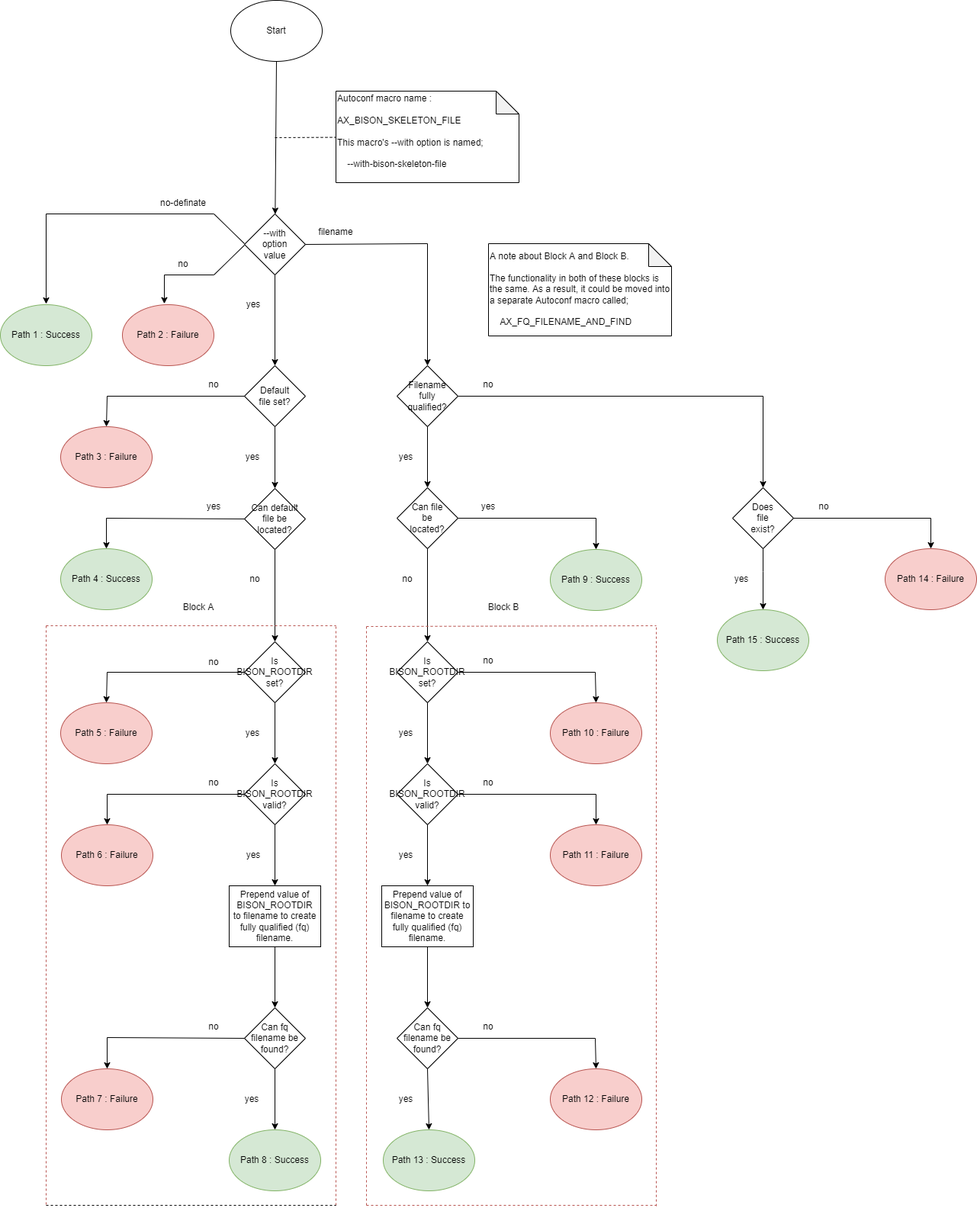
Above: images/flowchart.png in c-sanders/AutoconfMacro-BisonSkeleton (draw.io), before the change. Source tidied: cells renumbered, new cells last; positions are measured from the earlier drawing's top-left corner, leaving out a move shared by most shapes.
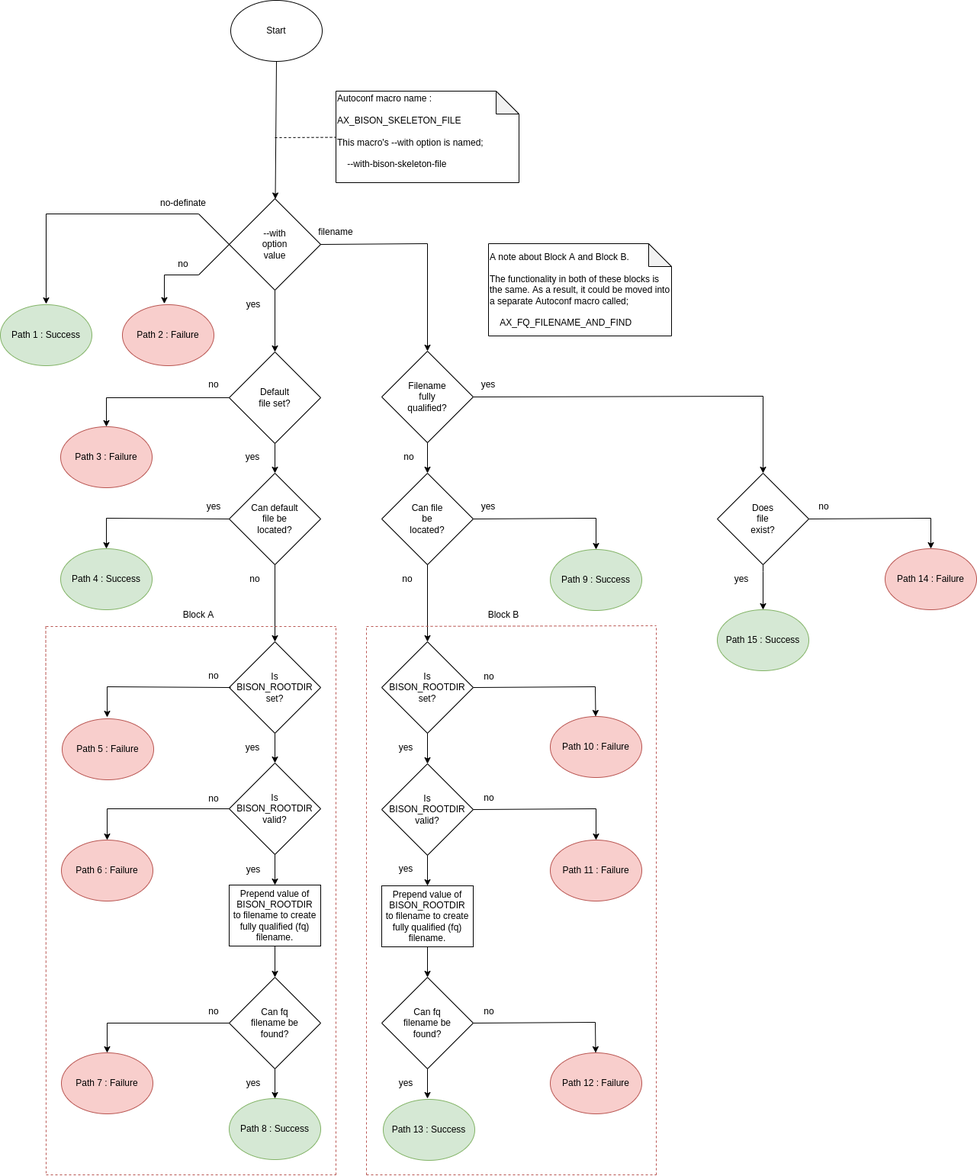
The same file after the commit.

Diff of the diagram source:
```diff
@@ -5,21 +5,21 @@
     <mxCell id="2" value="--with&lt;br&gt;option&lt;br&gt;value" style="rhombus;whiteSpace=wrap;html=1;" parent="1" vertex="1">
-      <mxGeometry x="320" y="280" width="80" height="80" as="geometry" />
+      <mxGeometry x="300" y="260" width="120" height="120" as="geometry" />
     </mxCell>
     <mxCell id="3" value="Default&lt;br&gt;file set?" style="rhombus;whiteSpace=wrap;html=1;" parent="1" vertex="1">
-      <mxGeometry x="320" y="479" width="80" height="80" as="geometry" />
+      <mxGeometry x="300" y="461" width="120" height="120" as="geometry" />
     </mxCell>
     <mxCell id="4" value="Can default&lt;br&gt;file be&lt;br&gt;located?" style="rhombus;whiteSpace=wrap;html=1;" parent="1" vertex="1">
-      <mxGeometry x="320" y="640" width="80" height="80" as="geometry" />
+      <mxGeometry x="300" y="620" width="120" height="120" as="geometry" />
     </mxCell>
     <mxCell id="5" value="Is&lt;br&gt;BISON_ROOTDIR&lt;br&gt;set?" style="rhombus;whiteSpace=wrap;html=1;" parent="1" vertex="1">
-      <mxGeometry x="320" y="841" width="80" height="80" as="geometry" />
+      <mxGeometry x="300" y="841" width="120" height="120" as="geometry" />
     </mxCell>
     <mxCell id="6" value="Is&lt;br&gt;BISON_ROOTDIR&lt;br&gt;valid?" style="rhombus;whiteSpace=wrap;html=1;" parent="1" vertex="1">
-      <mxGeometry x="320" y="1001" width="80" height="80" as="geometry" />
+      <mxGeometry x="300" y="1000" width="120" height="120" as="geometry" />
     </mxCell>
     <mxCell id="7" value="Can fq&lt;br&gt;filename be&lt;br&gt;found?" style="rhombus;whiteSpace=wrap;html=1;" parent="1" vertex="1">
-      <mxGeometry x="320" y="1321" width="80" height="80" as="geometry" />
+      <mxGeometry x="300" y="1281" width="120" height="120" as="geometry" />
     </mxCell>
     <mxCell id="8" value="Path 8 : Success" style="ellipse;whiteSpace=wrap;html=1;fillColor=#d5e8d4;strokeColor=#82b366;" parent="1" vertex="1">
-      <mxGeometry x="300" y="1481" width="120" height="80" as="geometry" />
+      <mxGeometry x="300" y="1440" width="120" height="80" as="geometry" />
     </mxCell>
@@ -28,8 +28,7 @@
     </mxCell>
-    <mxCell id="10" style="endArrow=classic;html=1;rounded=0;entryX=0.5;entryY=0;entryDx=0;entryDy=0;exitX=0;exitY=0.5;exitDx=0;exitDy=0;" parent="1" edge="1">
+    <mxCell id="10" style="endArrow=classic;html=1;rounded=0;entryX=0.5;entryY=0;entryDx=0;entryDy=0;exitX=0;exitY=0.5;exitDx=0;exitDy=0;" parent="1" edge="1" source="2">
       <mxGeometry relative="1" as="geometry">
-        <mxPoint x="320" y="319" as="sourcePoint" />
         <mxPoint x="60" y="398" as="targetPoint" />
         <Array as="points">
-          <mxPoint x="280" y="280" />
+          <mxPoint x="260" y="280" />
           <mxPoint x="60" y="280" />
@@ -53,9 +52,2 @@
     </mxCell>
-    <mxCell id="16" style="endArrow=classic;html=1;rounded=0;entryX=0.5;entryY=0;entryDx=0;entryDy=0;exitX=0;exitY=0.5;exitDx=0;exitDy=0;" parent="1" edge="1" source="3" target="15">
-      <mxGeometry relative="1" as="geometry">
-        <Array as="points">
-          <mxPoint x="140" y="519" />
-        </Array>
-      </mxGeometry>
-    </mxCell>
     <mxCell id="17" value="yes" style="text;html=1;strokeColor=none;fillColor=none;align=center;verticalAlign=middle;whiteSpace=wrap;rounded=0;" parent="1" vertex="1">
@@ -80,9 +72,10 @@
     <mxCell id="22" value="Path 5 : Failure" style="ellipse;whiteSpace=wrap;html=1;fillColor=#f8cecc;strokeColor=#b85450;" parent="1" vertex="1">
-      <mxGeometry x="79" y="921" width="120" height="80" as="geometry" />
+      <mxGeometry x="81" y="942" width="120" height="80" as="geometry" />
     </mxCell>
-    <mxCell id="23" style="endArrow=classic;html=1;rounded=0;exitX=0;exitY=0.5;exitDx=0;exitDy=0;entryX=0.5;entryY=0;entryDx=0;entryDy=0;" parent="1" edge="1" target="22">
+    <mxCell id="23" style="endArrow=classic;html=1;rounded=0;exitX=0.867;exitY=0.967;exitDx=0;exitDy=0;exitPerimeter=0;" parent="1" edge="1">
       <mxGeometry relative="1" as="geometry">
-        <mxPoint x="320" y="881" as="sourcePoint" />
+        <mxPoint x="302" y="901" as="sourcePoint" />
+        <mxPoint x="140" y="940" as="targetPoint" />
         <Array as="points">
-          <mxPoint x="140" y="881" />
+          <mxPoint x="140" y="900" />
         </Array>
@@ -91,6 +84,6 @@
     <mxCell id="24" value="no" style="text;html=1;strokeColor=none;fillColor=none;align=center;verticalAlign=middle;whiteSpace=wrap;rounded=0;" parent="1" vertex="1">
-      <mxGeometry x="250" y="853" width="60" height="30" as="geometry" />
+      <mxGeometry x="250" y="871" width="60" height="30" as="geometry" />
     </mxCell>
     <mxCell id="25" value="Path 6&amp;nbsp;: Failure" style="ellipse;whiteSpace=wrap;html=1;fillColor=#f8cecc;strokeColor=#b85450;" parent="1" vertex="1">
-      <mxGeometry x="80" y="1081" width="120" height="80" as="geometry" />
+      <mxGeometry x="80" y="1101" width="120" height="80" as="geometry" />
     </mxCell>
@@ -99,3 +92,3 @@
         <Array as="points">
-          <mxPoint x="140" y="1041" />
+          <mxPoint x="140" y="1060" />
         </Array>
@@ -104,6 +97,6 @@
     <mxCell id="27" value="no" style="text;html=1;strokeColor=none;fillColor=none;align=center;verticalAlign=middle;whiteSpace=wrap;rounded=0;" parent="1" vertex="1">
-      <mxGeometry x="250" y="1011" width="60" height="30" as="geometry" />
+      <mxGeometry x="250" y="1032" width="60" height="30" as="geometry" />
     </mxCell>
     <mxCell id="28" value="Path 7 : Failure" style="ellipse;whiteSpace=wrap;html=1;fillColor=#f8cecc;strokeColor=#b85450;" parent="1" vertex="1">
-      <mxGeometry x="80" y="1401" width="120" height="80" as="geometry" />
+      <mxGeometry x="80" y="1380" width="120" height="80" as="geometry" />
     </mxCell>
@@ -112,3 +105,3 @@
         <Array as="points">
-          <mxPoint x="140" y="1360" />
+          <mxPoint x="140" y="1341" />
         </Array>
@@ -116,7 +109,2 @@
     </mxCell>
-    <mxCell id="30" style="endArrow=classic;html=1;rounded=0;exitX=0.5;exitY=1;exitDx=0;exitDy=0;" parent="1" edge="1" target="6">
-      <mxGeometry relative="1" as="geometry">
-        <mxPoint x="360" y="921" as="sourcePoint" />
-      </mxGeometry>
-    </mxCell>
     <mxCell id="31" style="endArrow=classic;html=1;rounded=0;exitX=0.5;exitY=1;exitDx=0;exitDy=0;entryX=0.5;entryY=0;entryDx=0;entryDy=0;" parent="1" edge="1" source="6" target="78">
@@ -134,3 +122,3 @@
     <mxCell id="35" value="Filename&lt;br&gt;fully&lt;br&gt;qualified?" style="rhombus;whiteSpace=wrap;html=1;" parent="1" vertex="1">
-      <mxGeometry x="520" y="479" width="80" height="80" as="geometry" />
+      <mxGeometry x="500" y="460" width="120" height="120" as="geometry" />
     </mxCell>
@@ -144,3 +132,3 @@
     <mxCell id="37" value="Does&lt;br&gt;file&lt;br&gt;exist?" style="rhombus;whiteSpace=wrap;html=1;" parent="1" vertex="1">
-      <mxGeometry x="960" y="639" width="80" height="80" as="geometry" />
+      <mxGeometry x="940" y="620" width="120" height="120" as="geometry" />
     </mxCell>
@@ -173,7 +161,7 @@
     </mxCell>
-    <mxCell id="43" value="yes" style="text;html=1;strokeColor=none;fillColor=none;align=center;verticalAlign=middle;whiteSpace=wrap;rounded=0;" parent="1" vertex="1">
-      <mxGeometry x="502" y="584" width="60" height="30" as="geometry" />
+    <mxCell id="43" value="no" style="text;html=1;strokeColor=none;fillColor=none;align=center;verticalAlign=middle;whiteSpace=wrap;rounded=0;" parent="1" vertex="1">
+      <mxGeometry x="506" y="584" width="60" height="30" as="geometry" />
     </mxCell>
     <mxCell id="44" value="Can file&lt;br&gt;be&lt;br&gt;located?" style="rhombus;whiteSpace=wrap;html=1;" parent="1" vertex="1">
-      <mxGeometry x="520" y="639" width="80" height="80" as="geometry" />
+      <mxGeometry x="500" y="620" width="120" height="120" as="geometry" />
     </mxCell>
@@ -196,3 +184,3 @@
     <mxCell id="49" value="Is&lt;br&gt;BISON_ROOTDIR&lt;br&gt;set?" style="rhombus;whiteSpace=wrap;html=1;" parent="1" vertex="1">
-      <mxGeometry x="520" y="841" width="80" height="80" as="geometry" />
+      <mxGeometry x="500" y="841" width="120" height="120" as="geometry" />
     </mxCell>
@@ -205,9 +193,8 @@
     <mxCell id="52" value="Path 10 : Failure" style="ellipse;whiteSpace=wrap;html=1;fillColor=#f8cecc;strokeColor=#b85450;" parent="1" vertex="1">
-      <mxGeometry x="721" y="921" width="120" height="80" as="geometry" />
+      <mxGeometry x="721" y="939" width="120" height="80" as="geometry" />
     </mxCell>
-    <mxCell id="53" style="endArrow=classic;html=1;rounded=0;exitX=1;exitY=0.5;exitDx=0;exitDy=0;" parent="1" edge="1" target="52">
+    <mxCell id="53" style="endArrow=classic;html=1;rounded=0;exitX=1;exitY=0.5;exitDx=0;exitDy=0;" parent="1" edge="1" source="49" target="52">
       <mxGeometry relative="1" as="geometry">
-        <mxPoint x="600" y="881" as="sourcePoint" />
         <Array as="points">
-          <mxPoint x="780" y="881" />
+          <mxPoint x="780" y="900" />
         </Array>
@@ -216,21 +203,16 @@
     <mxCell id="54" value="Is&lt;br&gt;BISON_ROOTDIR&lt;br&gt;valid?" style="rhombus;whiteSpace=wrap;html=1;" parent="1" vertex="1">
-      <mxGeometry x="520" y="1001" width="80" height="80" as="geometry" />
+      <mxGeometry x="500" y="1001" width="120" height="120" as="geometry" />
     </mxCell>
     <mxCell id="55" value="Can fq&lt;br&gt;filename be&lt;br&gt;found?" style="rhombus;whiteSpace=wrap;html=1;" parent="1" vertex="1">
-      <mxGeometry x="520" y="1321" width="80" height="80" as="geometry" />
+      <mxGeometry x="500" y="1281" width="120" height="120" as="geometry" />
     </mxCell>
     <mxCell id="56" value="Path 13 : Success" style="ellipse;whiteSpace=wrap;html=1;fillColor=#d5e8d4;strokeColor=#82b366;" parent="1" vertex="1">
-      <mxGeometry x="502" y="1481" width="120" height="80" as="geometry" />
+      <mxGeometry x="502" y="1441" width="120" height="80" as="geometry" />
     </mxCell>
     <mxCell id="57" value="Path 12 : Failure" style="ellipse;whiteSpace=wrap;html=1;fillColor=#f8cecc;strokeColor=#b85450;" parent="1" vertex="1">
-      <mxGeometry x="721" y="1401" width="120" height="80" as="geometry" />
+      <mxGeometry x="721" y="1380" width="120" height="80" as="geometry" />
     </mxCell>
     <mxCell id="58" value="Path 11 : Failure" style="ellipse;whiteSpace=wrap;html=1;fillColor=#f8cecc;strokeColor=#b85450;" parent="1" vertex="1">
-      <mxGeometry x="721" y="1081" width="120" height="80" as="geometry" />
+      <mxGeometry x="721" y="1101" width="120" height="80" as="geometry" />
     </mxCell>
-    <mxCell id="59" style="endArrow=classic;html=1;rounded=0;exitX=0.5;exitY=1;exitDx=0;exitDy=0;" parent="1" edge="1" target="54">
-      <mxGeometry relative="1" as="geometry">
-        <mxPoint x="560" y="921" as="sourcePoint" />
-      </mxGeometry>
-    </mxCell>
     <mxCell id="60" style="endArrow=classic;html=1;rounded=0;exitX=0.5;exitY=1;exitDx=0;exitDy=0;" parent="1" edge="1" source="54" target="80">
@@ -238,4 +220,6 @@
     </mxCell>
-    <mxCell id="61" style="endArrow=classic;html=1;rounded=0;exitX=0.5;exitY=1;exitDx=0;exitDy=0;entryX=0.5;entryY=0;entryDx=0;entryDy=0;" parent="1" edge="1" source="55" target="56">
-      <mxGeometry relative="1" as="geometry" />
+    <mxCell id="61" style="endArrow=classic;html=1;rounded=0;exitX=0.5;exitY=1;exitDx=0;exitDy=0;" parent="1" edge="1" source="55">
+      <mxGeometry relative="1" as="geometry">
+        <mxPoint x="560" y="1440" as="targetPoint" />
+      </mxGeometry>
     </mxCell>
@@ -244,3 +228,3 @@
         <Array as="points">
-          <mxPoint x="780" y="1361" />
+          <mxPoint x="780" y="1340" />
         </Array>
@@ -251,3 +235,3 @@
         <Array as="points">
-          <mxPoint x="781" y="1041" />
+          <mxPoint x="781" y="1060" />
         </Array>
@@ -258,3 +242,3 @@
     </mxCell>
-    <mxCell id="65" value="no" style="text;html=1;strokeColor=none;fillColor=none;align=center;verticalAlign=middle;whiteSpace=wrap;rounded=0;" parent="1" vertex="1">
+    <mxCell id="65" value="yes" style="text;html=1;strokeColor=none;fillColor=none;align=center;verticalAlign=middle;whiteSpace=wrap;rounded=0;" parent="1" vertex="1">
       <mxGeometry x="610" y="489" width="60" height="30" as="geometry" />
@@ -262,27 +246,27 @@
     <mxCell id="66" value="no" style="text;html=1;strokeColor=none;fillColor=none;align=center;verticalAlign=middle;whiteSpace=wrap;rounded=0;" parent="1" vertex="1">
-      <mxGeometry x="610" y="851" width="60" height="30" as="geometry" />
+      <mxGeometry x="611" y="872" width="60" height="30" as="geometry" />
     </mxCell>
     <mxCell id="67" value="no" style="text;html=1;strokeColor=none;fillColor=none;align=center;verticalAlign=middle;whiteSpace=wrap;rounded=0;" parent="1" vertex="1">
-      <mxGeometry x="610" y="1011" width="60" height="30" as="geometry" />
+      <mxGeometry x="611" y="1031" width="60" height="30" as="geometry" />
     </mxCell>
     <mxCell id="68" value="yes" style="text;html=1;strokeColor=none;fillColor=none;align=center;verticalAlign=middle;whiteSpace=wrap;rounded=0;" parent="1" vertex="1">
-      <mxGeometry x="502" y="946" width="60" height="30" as="geometry" />
+      <mxGeometry x="502" y="965" width="60" height="30" as="geometry" />
     </mxCell>
     <mxCell id="69" value="yes" style="text;html=1;strokeColor=none;fillColor=none;align=center;verticalAlign=middle;whiteSpace=wrap;rounded=0;" parent="1" vertex="1">
-      <mxGeometry x="301" y="946" width="60" height="30" as="geometry" />
+      <mxGeometry x="301" y="965" width="60" height="30" as="geometry" />
     </mxCell>
     <mxCell id="70" value="yes" style="text;html=1;strokeColor=none;fillColor=none;align=center;verticalAlign=middle;whiteSpace=wrap;rounded=0;" parent="1" vertex="1">
-      <mxGeometry x="502" y="1106" width="60" height="30" as="geometry" />
+      <mxGeometry x="502" y="1124" width="60" height="30" as="geometry" />
     </mxCell>
     <mxCell id="71" value="yes" style="text;html=1;strokeColor=none;fillColor=none;align=center;verticalAlign=middle;whiteSpace=wrap;rounded=0;" parent="1" vertex="1">
-      <mxGeometry x="502" y="1426" width="60" height="30" as="geometry" />
+      <mxGeometry x="502" y="1405" width="60" height="30" as="geometry" />
     </mxCell>
     <mxCell id="72" value="yes" style="text;html=1;strokeColor=none;fillColor=none;align=center;verticalAlign=middle;whiteSpace=wrap;rounded=0;" parent="1" vertex="1">
-      <mxGeometry x="302" y="1106" width="60" height="30" as="geometry" />
+      <mxGeometry x="302" y="1125" width="60" height="30" as="geometry" />
     </mxCell>
     <mxCell id="73" value="yes" style="text;html=1;strokeColor=none;fillColor=none;align=center;verticalAlign=middle;whiteSpace=wrap;rounded=0;" parent="1" vertex="1">
-      <mxGeometry x="300" y="1426" width="60" height="30" as="geometry" />
+      <mxGeometry x="302" y="1405" width="60" height="30" as="geometry" />
     </mxCell>
     <mxCell id="74" value="no" style="text;html=1;strokeColor=none;fillColor=none;align=center;verticalAlign=middle;whiteSpace=wrap;rounded=0;" parent="1" vertex="1">
-      <mxGeometry x="250" y="1331" width="60" height="30" as="geometry" />
+      <mxGeometry x="250" y="1311" width="60" height="30" as="geometry" />
     </mxCell>
@@ -295,6 +279,6 @@
     <mxCell id="77" value="no" style="text;html=1;strokeColor=none;fillColor=none;align=center;verticalAlign=middle;whiteSpace=wrap;rounded=0;" parent="1" vertex="1">
-      <mxGeometry x="610" y="1331" width="60" height="30" as="geometry" />
+      <mxGeometry x="611" y="1311" width="60" height="30" as="geometry" />
     </mxCell>
     <mxCell id="78" value="Prepend value of BISON_ROOTDIR&lt;br&gt;to filename to create fully qualified (fq) filename." style="rounded=0;whiteSpace=wrap;html=1;" parent="1" vertex="1">
-      <mxGeometry x="300" y="1161" width="120" height="80" as="geometry" />
+      <mxGeometry x="300" y="1160" width="120" height="80" as="geometry" />
     </mxCell>
@@ -303,3 +287,3 @@
     </mxCell>
-    <mxCell id="80" value="Prepend value of BISON_ROOTDIR to filename to create fully qualified (fq) filename." style="rounded=0;whiteSpace=wrap;html=1;" parent="1" vertex="1">
+    <mxCell id="80" value="Prepend value of BISON_ROOTDIR&lt;br&gt;to filename to create fully qualified (fq) filename." style="rounded=0;whiteSpace=wrap;html=1;" parent="1" vertex="1">
       <mxGeometry x="500" y="1161" width="120" height="80" as="geometry" />
@@ -326,7 +310,6 @@
     </mxCell>
-    <mxCell id="87" style="endArrow=classic;html=1;rounded=0;entryX=0.458;entryY=-0.016;entryDx=0;entryDy=0;entryPerimeter=0;" parent="1" edge="1" target="9">
+    <mxCell id="87" style="endArrow=classic;html=1;rounded=0;entryX=0.458;entryY=-0.016;entryDx=0;entryDy=0;entryPerimeter=0;exitX=0;exitY=0.5;exitDx=0;exitDy=0;" parent="1" edge="1" source="2" target="9">
       <mxGeometry relative="1" as="geometry">
-        <mxPoint x="320" y="321" as="sourcePoint" />
         <Array as="points">
-          <mxPoint x="280" y="360" />
+          <mxPoint x="260" y="360" />
           <mxPoint x="215" y="360" />
@@ -340,4 +323,4 @@
       <mxGeometry relative="1" as="geometry">
-        <mxPoint x="60" y="820" as="sourcePoint" />
-        <mxPoint x="440" y="820" as="targetPoint" />
+        <mxPoint x="60" y="821" as="sourcePoint" />
+        <mxPoint x="440" y="821" as="targetPoint" />
       </mxGeometry>
@@ -346,4 +329,4 @@
       <mxGeometry relative="1" as="geometry">
-        <mxPoint x="60" y="820" as="sourcePoint" />
-        <mxPoint x="60" y="1580" as="targetPoint" />
+        <mxPoint x="59.5" y="821" as="sourcePoint" />
+        <mxPoint x="60" y="1540" as="targetPoint" />
       </mxGeometry>
@@ -358,3 +341,3 @@
       <mxGeometry relative="1" as="geometry">
-        <mxPoint x="480" y="1580" as="sourcePoint" />
+        <mxPoint x="480" y="1540" as="sourcePoint" />
         <mxPoint x="480" y="821" as="targetPoint" />
@@ -364,3 +347,3 @@
       <mxGeometry relative="1" as="geometry">
-        <mxPoint x="860" y="1581.1" as="sourcePoint" />
+        <mxPoint x="860" y="1540" as="sourcePoint" />
         <mxPoint x="860" y="821" as="targetPoint" />
@@ -370,4 +353,4 @@
       <mxGeometry relative="1" as="geometry">
-        <mxPoint x="480" y="1580" as="sourcePoint" />
-        <mxPoint x="860" y="1580" as="targetPoint" />
+        <mxPoint x="480" y="1540" as="sourcePoint" />
+        <mxPoint x="860" y="1540" as="targetPoint" />
       </mxGeometry>
@@ -375,6 +358,6 @@
     <mxCell id="95" value="Block A" style="text;html=1;strokeColor=none;fillColor=none;align=center;verticalAlign=middle;whiteSpace=wrap;rounded=0;" parent="1" vertex="1">
-      <mxGeometry x="230" y="781" width="60" height="30" as="geometry" />
+      <mxGeometry x="230" y="791" width="60" height="30" as="geometry" />
     </mxCell>
     <mxCell id="96" value="Block B" style="text;html=1;strokeColor=none;fillColor=none;align=center;verticalAlign=middle;whiteSpace=wrap;rounded=0;" parent="1" vertex="1">
-      <mxGeometry x="630" y="781" width="60" height="30" as="geometry" />
+      <mxGeometry x="630" y="791" width="60" height="30" as="geometry" />
     </mxCell>
@@ -385,3 +368,3 @@
       <mxGeometry relative="1" as="geometry">
-        <mxPoint x="440" y="1580" as="sourcePoint" />
+        <mxPoint x="440" y="1540" as="sourcePoint" />
         <mxPoint x="440" y="820" as="targetPoint" />
@@ -389,8 +372,21 @@
     </mxCell>
-    <mxCell id="99" style="endArrow=none;dashed=1;html=1;rounded=0;" parent="1" edge="1">
-      <mxGeometry relative="1" as="geometry">
-        <mxPoint x="60" y="1580" as="sourcePoint" />
-        <mxPoint x="440" y="1580" as="targetPoint" />
-      </mxGeometry>
-    </mxCell>
+    <mxCell id="16" style="endArrow=classic;html=1;rounded=0;exitX=0;exitY=0.5;exitDx=0;exitDy=0;entryX=0.5;entryY=0;entryDx=0;entryDy=0;" parent="1" edge="1" source="3" target="15">
+      <mxGeometry relative="1" as="geometry">
+        <Array as="points">
+          <mxPoint x="139" y="521" />
+        </Array>
+      </mxGeometry>
+    </mxCell>
+    <mxCell id="100" style="endArrow=none;dashed=1;html=1;rounded=0;fillColor=#f8cecc;strokeColor=#b85450;" parent="1" edge="1">
+      <mxGeometry relative="1" as="geometry">
+        <mxPoint x="60" y="1540" as="sourcePoint" />
+        <mxPoint x="440" y="1540" as="targetPoint" />
+      </mxGeometry>
+    </mxCell>
+    <mxCell id="101" style="endArrow=classic;html=1;rounded=0;exitX=0.5;exitY=1;exitDx=0;exitDy=0;entryX=0.5;entryY=0;entryDx=0;entryDy=0;" parent="1" edge="1" source="5" target="6">
+      <mxGeometry relative="1" as="geometry" />
+    </mxCell>
+    <mxCell id="102" style="endArrow=classic;html=1;rounded=0;entryX=0.5;entryY=0;entryDx=0;entryDy=0;" parent="1" edge="1" source="49" target="54">
+      <mxGeometry relative="1" as="geometry" />
+    </mxCell>
   </root>
```
